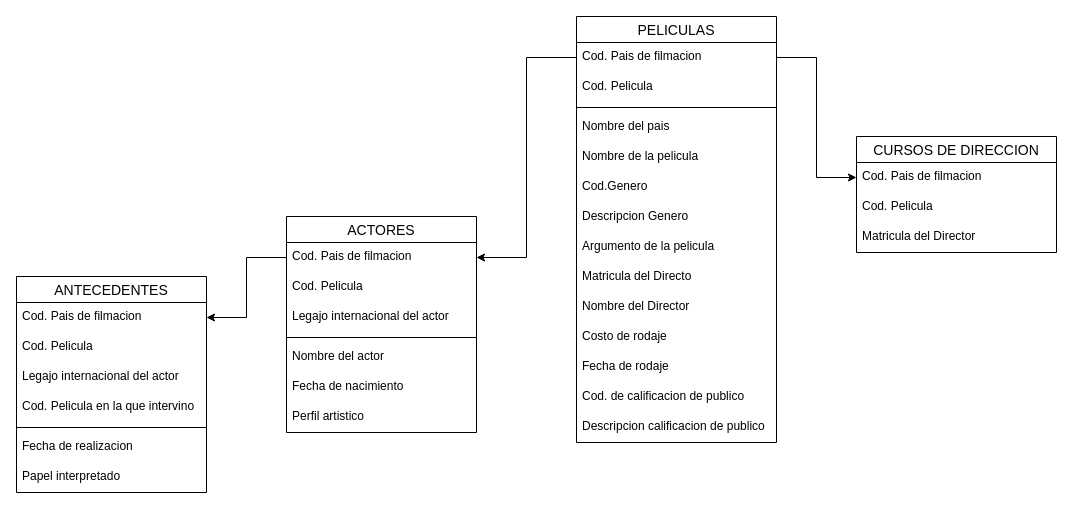
The draw.io diagram TPIII_Peliculas/1FN_Alonso_Peliculas.drawio in FedericoRocca/DyADDBB_1erCuatrimestre_2021, before the edit. Source tidied: cells renumbered, new cells numbered last; positions are measured from the earlier drawing's top-left corner, leaving out a move shared by most shapes. Both pictures are drawn from the tidied source at 100%, with x=0, y=0 at pixel (16, 16).
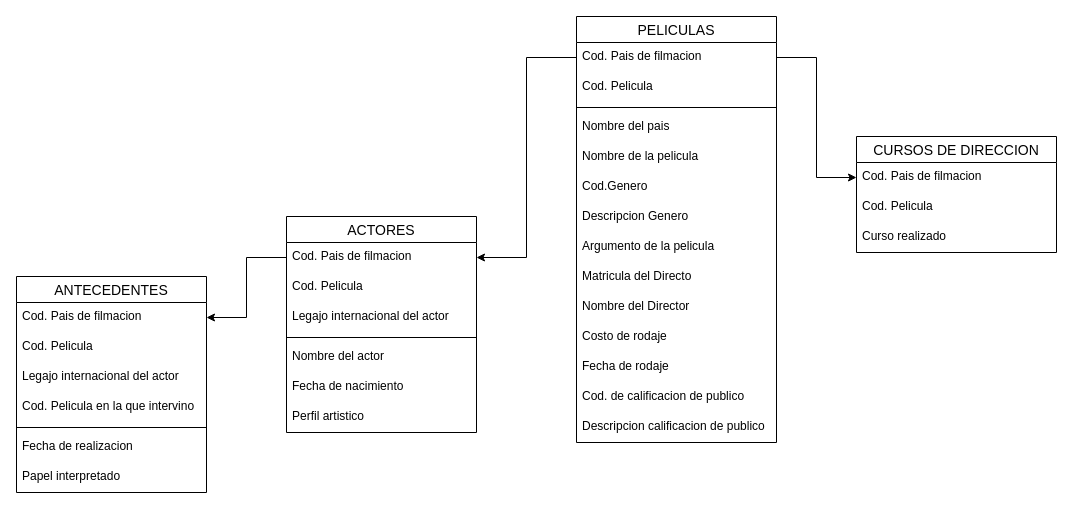
After the change.

The change refers to these unchanged cells:
```xml
<mxCell id="17" value="CURSOS DE DIRECCION" style="swimlane;fontStyle=0;horizontal=1;startSize=26;align=center;fontSize=14;" parent="1" vertex="1">
  <mxGeometry x="840" y="120" width="200" height="116" as="geometry" />
</mxCell>
```

Change to the diagram source:
```diff
@@
-    <mxCell id="20" value="Matricula del Director" style="text;strokeColor=none;fillColor=none;spacingLeft=4;spacingRight=4;overflow=hidden;fontSize=12;" parent="17" vertex="1">
-      <mxGeometry y="86" width="200" height="30" as="geometry" />
-    </mxCell>
+    <mxCell id="40" value="Curso realizado" style="text;strokeColor=none;fillColor=none;spacingLeft=4;spacingRight=4;overflow=hidden;fontSize=12;" parent="17" vertex="1">
+      <mxGeometry y="86" width="200" height="30" as="geometry" />
+    </mxCell>
```
